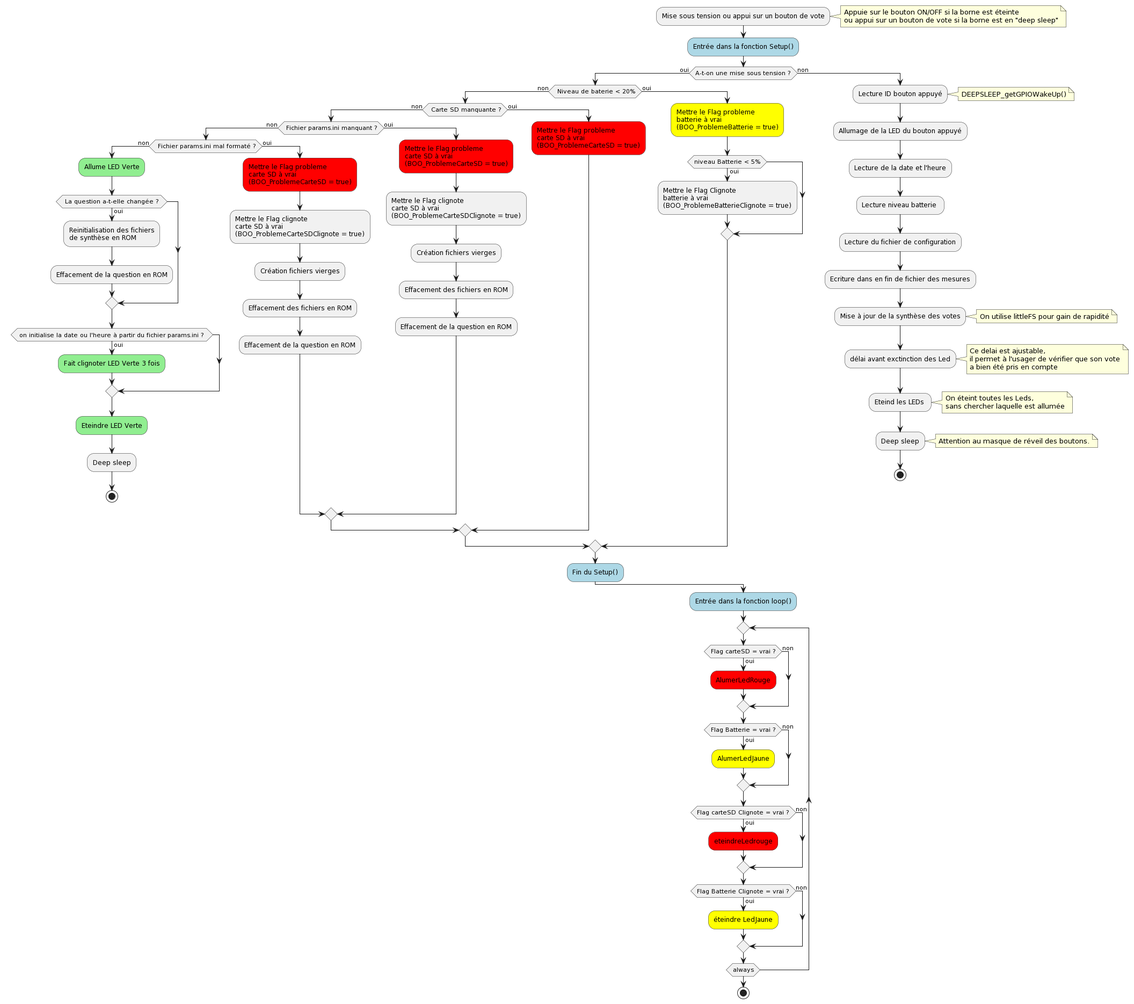
Earlier version of the PlantUML export Programmation/Microcontroleur/illustrations/Diagrams.png (AlexP20000/borne-satisfaction).
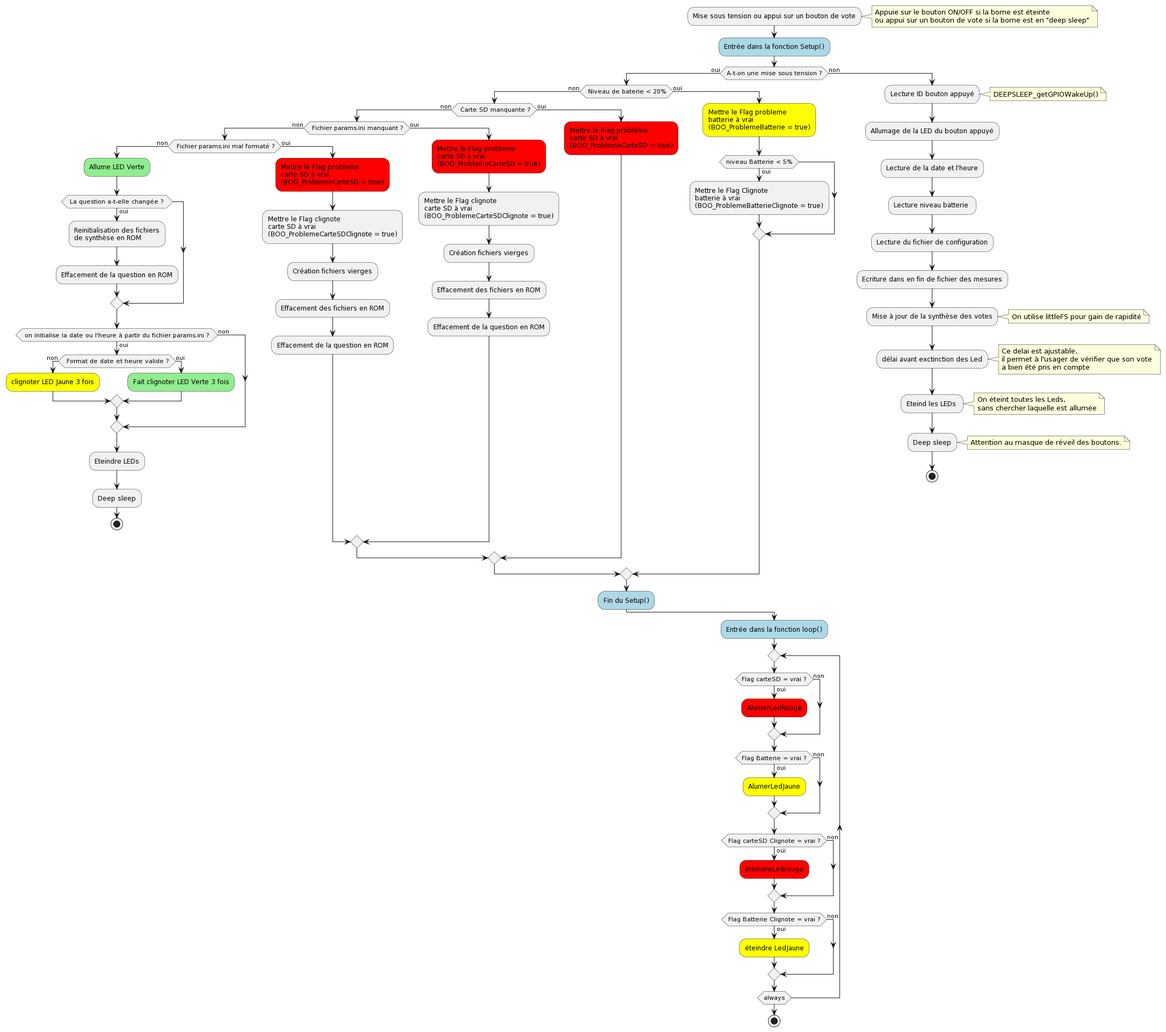
Above is the later version.

Commit message:
Issue 18 : Vérification de la validité des date et heure saisie

Diff of the diagram source:
```diff
@@ -16,12 +16,15 @@
 					:Reinitialisation des fichiers\nde synthèse en ROM;
 					:Effacement de la question en ROM;
 				endif
-				if( on initialise la date ou l'heure à partir du fichier params.ini ? ) then (oui)
-					#lightgreen:Fait clignoter LED Verte 3 fois;
+				if( on initialise la date ou l'heure à partir du fichier params.ini ? ) then (non)
+				else (oui)
+ 				    if( Format de date et heure valide ?) then (non)
+                                        #yellow:clignoter LED Jaune 3 fois;
+				    else (oui)
+				        #lightgreen:Fait clignoter LED Verte 3 fois;
+                                    endif
 				endif
-
-
-				#lightgreen:Eteindre LED Verte;
+				:Eteindre LEDs;
 				:Deep sleep;
 				stop
 			    else (oui)
```
